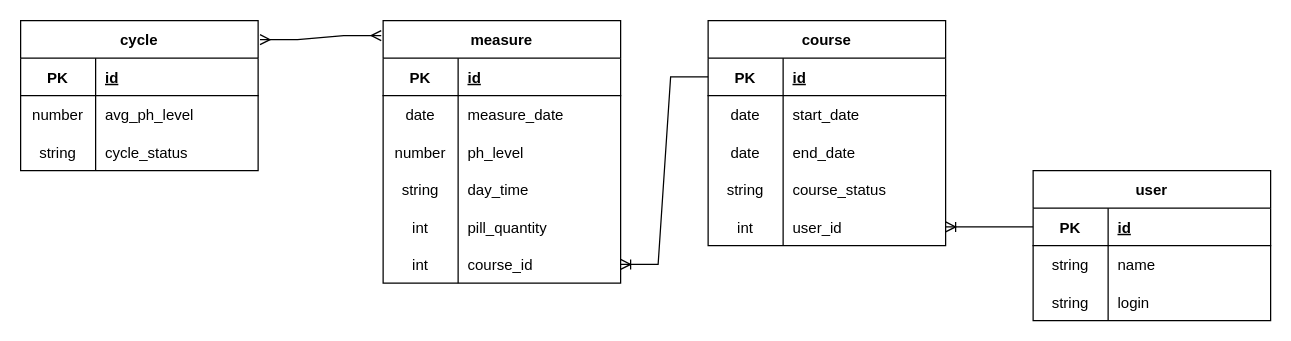
This is db.drawio from barkev2009/blemaren, a draw.io file, before an edit. Source tidied: cells renumbered, new cells numbered last; positions are measured from the earlier drawing's top-left corner, leaving out a move shared by most shapes. Both pictures are drawn from the tidied source at 125%, with x=0, y=0 at pixel (20, 20).
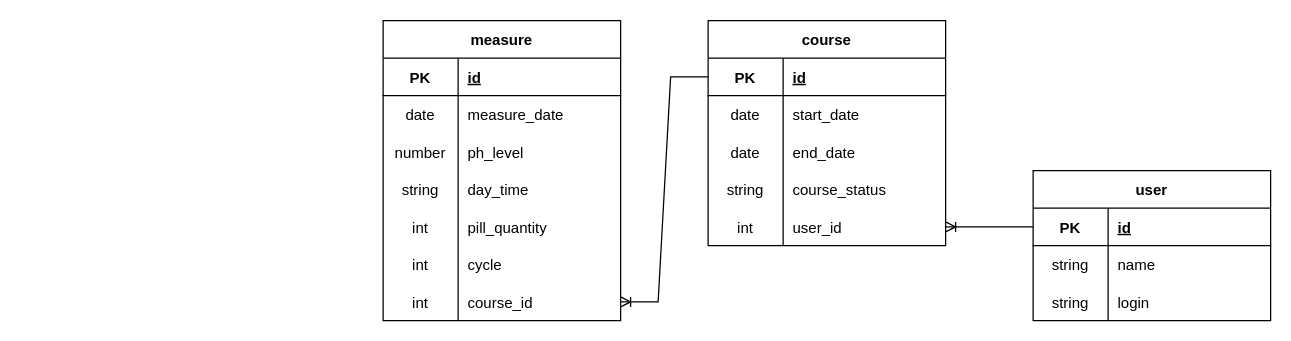
After the change.

What changed in the source:
```diff
@@
     <mxCell id="2" value="measure" style="shape=table;startSize=30;childLayout=tableLayout;rowLines=0;fontStyle=1;align=center;" parent="1" vertex="1">
-      <mxGeometry x="290" width="190" height="210" as="geometry" />
+      <mxGeometry x="290" width="190" height="240" as="geometry" />
     </mxCell>
@@
+    <mxCell id="60" style="shape=tableRow;horizontal=0;startSize=0;swimlaneHead=0;swimlaneBody=0;fillColor=none;top=0;left=0;right=0;bottom=0;" parent="2" vertex="1">
+      <mxGeometry y="150" width="190" height="30" as="geometry" />
+    </mxCell>
+    <mxCell id="61" value="int" style="shape=partialRectangle;fillColor=none;top=0;left=0;bottom=0;right=0;overflow=hidden;" parent="60" vertex="1">
+      <mxGeometry width="60" height="30" as="geometry" />
+    </mxCell>
+    <mxCell id="62" value="pill_quantity" style="shape=partialRectangle;fillColor=none;top=0;left=0;bottom=0;right=0;align=left;spacingLeft=6;overflow=hidden;" parent="60" vertex="1">
+      <mxGeometry x="60" width="130" height="30" as="geometry" />
+    </mxCell>
     <mxCell id="15" style="shape=tableRow;horizontal=0;startSize=0;swimlaneHead=0;swimlaneBody=0;fillColor=none;top=0;left=0;right=0;bottom=0;" parent="2" vertex="1">
-      <mxGeometry y="150" width="190" height="30" as="geometry" />
+      <mxGeometry y="180" width="190" height="30" as="geometry" />
     </mxCell>
@@
-    <mxCell id="17" value="pill_quantity" style="shape=partialRectangle;fillColor=none;top=0;left=0;bottom=0;right=0;align=left;spacingLeft=6;overflow=hidden;" parent="15" vertex="1">
+    <mxCell id="17" value="cycle" style="shape=partialRectangle;fillColor=none;top=0;left=0;bottom=0;right=0;align=left;spacingLeft=6;overflow=hidden;" parent="15" vertex="1">
       <mxGeometry x="60" width="130" height="30" as="geometry" />
     </mxCell>
     <mxCell id="18" style="shape=tableRow;horizontal=0;startSize=0;swimlaneHead=0;swimlaneBody=0;fillColor=none;points=[[0,0.5],[1,0.5]];portConstraint=eastwest;top=0;left=0;right=0;bottom=0;" parent="2" vertex="1">
-      <mxGeometry y="180" width="190" height="30" as="geometry" />
+      <mxGeometry y="210" width="190" height="30" as="geometry" />
     </mxCell>
@@
-    <mxCell id="49" value="cycle" style="shape=table;startSize=30;childLayout=tableLayout;rowLines=0;fontStyle=1;align=center;" parent="1" vertex="1">
-      <mxGeometry width="190" height="120" as="geometry" />
-    </mxCell>
-    <mxCell id="50" style="shape=tableRow;horizontal=0;startSize=0;swimlaneHead=0;swimlaneBody=0;fillColor=none;top=0;left=0;right=0;bottom=1;" parent="49" vertex="1">
-      <mxGeometry y="30" width="190" height="30" as="geometry" />
-    </mxCell>
-    <mxCell id="51" value="PK" style="shape=partialRectangle;fillColor=none;top=0;left=0;bottom=0;right=0;fontStyle=1;overflow=hidden;" parent="50" vertex="1">
-      <mxGeometry width="60" height="30" as="geometry" />
-    </mxCell>
-    <mxCell id="52" value="id" style="shape=partialRectangle;fillColor=none;top=0;left=0;bottom=0;right=0;align=left;spacingLeft=6;fontStyle=5;overflow=hidden;" parent="50" vertex="1">
-      <mxGeometry x="60" width="130" height="30" as="geometry" />
-    </mxCell>
-    <mxCell id="53" style="shape=tableRow;horizontal=0;startSize=0;swimlaneHead=0;swimlaneBody=0;fillColor=none;top=0;left=0;right=0;bottom=0;" parent="49" vertex="1">
-      <mxGeometry y="60" width="190" height="30" as="geometry" />
-    </mxCell>
-    <mxCell id="54" value="number" style="shape=partialRectangle;fillColor=none;top=0;left=0;bottom=0;right=0;overflow=hidden;" parent="53" vertex="1">
-      <mxGeometry width="60" height="30" as="geometry" />
-    </mxCell>
-    <mxCell id="55" value="avg_ph_level" style="shape=partialRectangle;fillColor=none;top=0;left=0;bottom=0;right=0;align=left;spacingLeft=6;overflow=hidden;" parent="53" vertex="1">
-      <mxGeometry x="60" width="130" height="30" as="geometry" />
-    </mxCell>
-    <mxCell id="56" style="shape=tableRow;horizontal=0;startSize=0;swimlaneHead=0;swimlaneBody=0;fillColor=none;top=0;left=0;right=0;bottom=0;" parent="49" vertex="1">
-      <mxGeometry y="90" width="190" height="30" as="geometry" />
-    </mxCell>
-    <mxCell id="57" value="string" style="shape=partialRectangle;fillColor=none;top=0;left=0;bottom=0;right=0;overflow=hidden;" parent="56" vertex="1">
-      <mxGeometry width="60" height="30" as="geometry" />
-    </mxCell>
-    <mxCell id="58" value="cycle_status" style="shape=partialRectangle;fillColor=none;top=0;left=0;bottom=0;right=0;align=left;spacingLeft=6;overflow=hidden;" parent="56" vertex="1">
-      <mxGeometry x="60" width="130" height="30" as="geometry" />
-    </mxCell>
-    <mxCell id="59" style="edgeStyle=entityRelationEdgeStyle;fontSize=12;html=1;endArrow=ERmany;startArrow=ERmany;rounded=0;entryX=1.008;entryY=0.127;entryDx=0;entryDy=0;exitX=-0.008;exitY=0.057;exitDx=0;exitDy=0;entryPerimeter=0;exitPerimeter=0;" parent="1" edge="1" source="2" target="49">
-      <mxGeometry relative="1" as="geometry" />
-    </mxCell>
```
